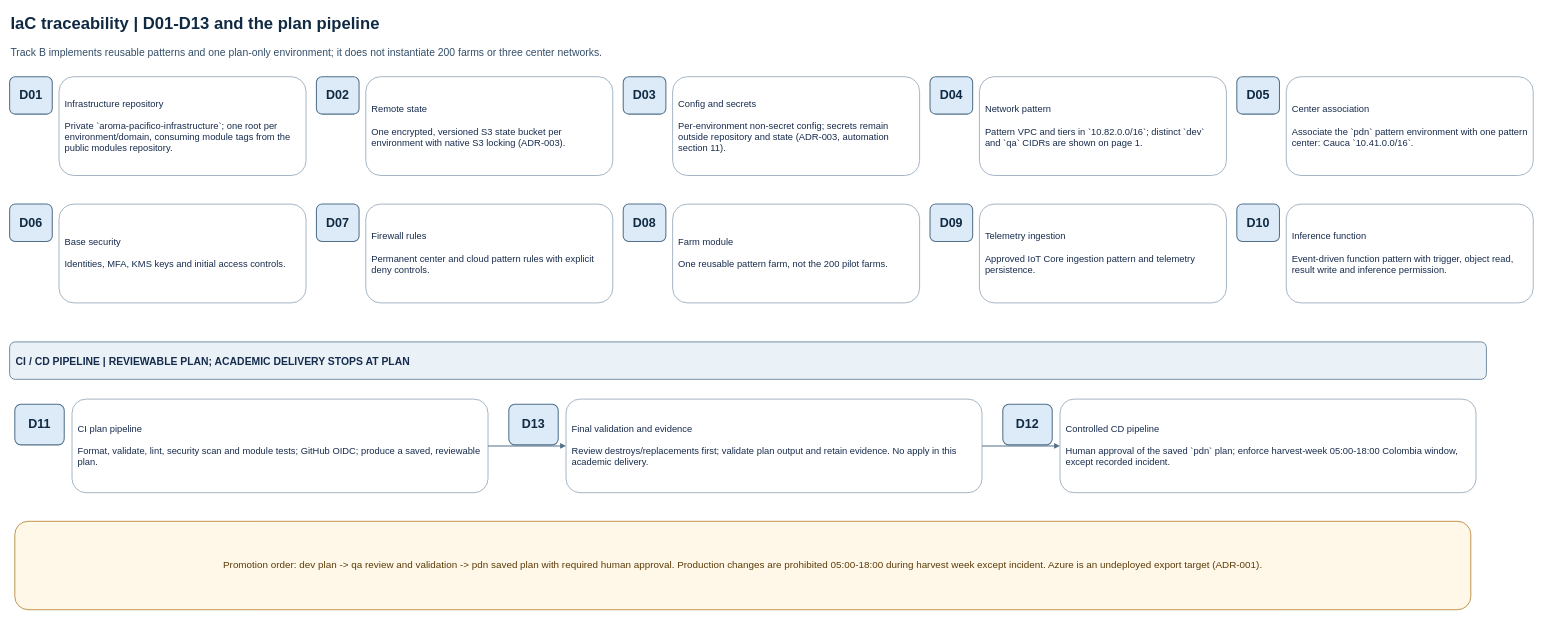
The draw.io diagram page "IaC traceability" (2 of 2) of complete/architecture.drawio in aroma-pacifico/aroma-pacifico-diagrams, before the edit. Source tidied: cells renumbered, new cells numbered last; positions are measured from the earlier drawing's top-left corner, leaving out a move shared by most shapes. Both pictures are drawn from the tidied source at 52%, with x=0, y=0 at pixel (9, 9).
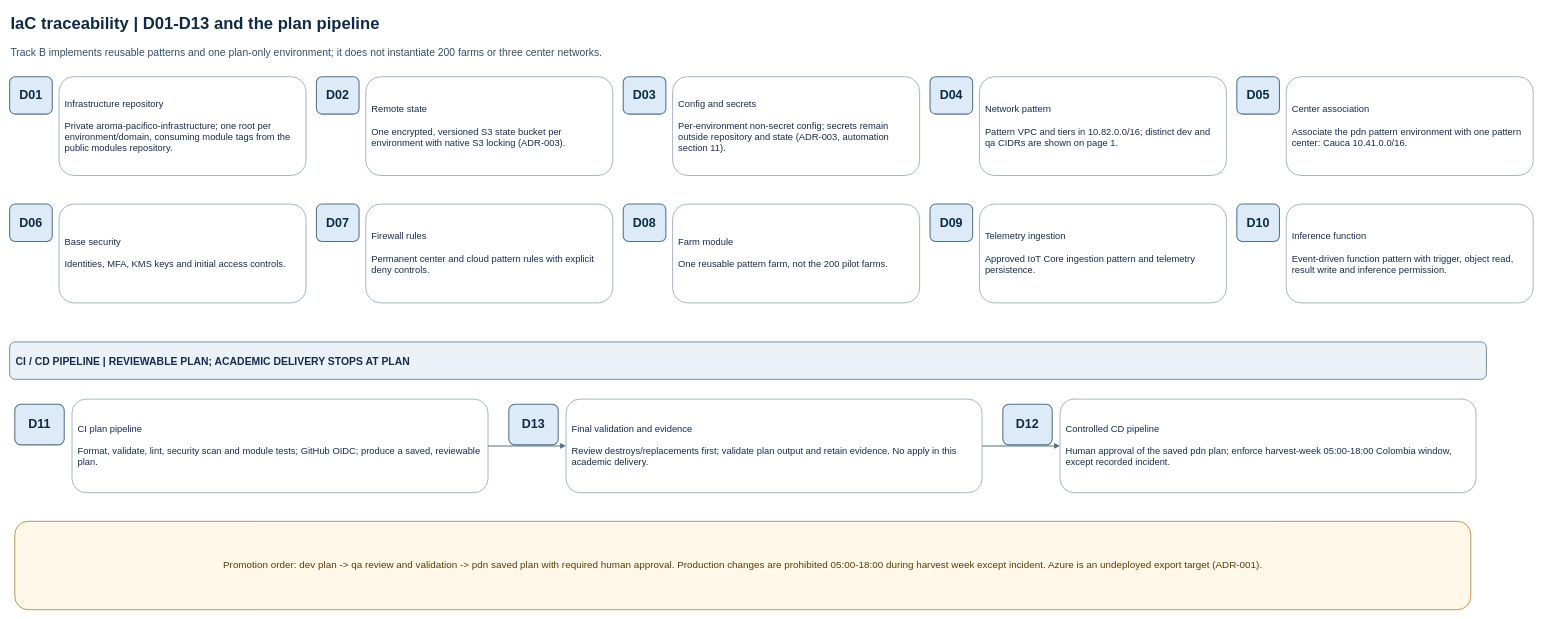
The same diagram, later.

The edit, as a diff of the source:
```diff
@@
-    <mxCell id="5" value="Infrastructure repository&#10;&#10;Private `aroma-pacifico-infrastructure`; one root per environment/domain, consuming module tags from the public modules repository." style="rounded=1;whiteSpace=wrap;html=1;fillColor=#ffffff;strokeColor=#8da2b5;strokeWidth=1.5;fontColor=#172b4d;fontSize=18;align=left;verticalAlign=middle;spacing=11;" parent="1" vertex="1">
+    <mxCell id="5" value="Infrastructure repository&#10;&#10;Private aroma-pacifico-infrastructure; one root per environment/domain, consuming module tags from the public modules repository." style="rounded=1;whiteSpace=wrap;html=1;fillColor=#ffffff;strokeColor=#8da2b5;strokeWidth=1.5;fontColor=#172b4d;fontSize=18;align=left;verticalAlign=middle;spacing=11;" parent="1" vertex="1">
       <mxGeometry x="95" y="130" width="475" height="190" as="geometry" />
     </mxCell>
@@
-    <mxCell id="11" value="Network pattern&#10;&#10;Pattern VPC and tiers in `10.82.0.0/16`; distinct `dev` and `qa` CIDRs are shown on page 1." style="rounded=1;whiteSpace=wrap;html=1;fillColor=#ffffff;strokeColor=#8da2b5;strokeWidth=1.5;fontColor=#172b4d;fontSize=18;align=left;verticalAlign=middle;spacing=11;" parent="1" vertex="1">
+    <mxCell id="11" value="Network pattern&#10;&#10;Pattern VPC and tiers in 10.82.0.0/16; distinct dev and qa CIDRs are shown on page 1." style="rounded=1;whiteSpace=wrap;html=1;fillColor=#ffffff;strokeColor=#8da2b5;strokeWidth=1.5;fontColor=#172b4d;fontSize=18;align=left;verticalAlign=middle;spacing=11;" parent="1" vertex="1">
       <mxGeometry x="1865" y="130" width="475" height="190" as="geometry" />
     </mxCell>
@@
-    <mxCell id="13" value="Center association&#10;&#10;Associate the `pdn` pattern environment with one pattern center: Cauca `10.41.0.0/16`." style="rounded=1;whiteSpace=wrap;html=1;fillColor=#ffffff;strokeColor=#8da2b5;strokeWidth=1.5;fontColor=#172b4d;fontSize=18;align=left;verticalAlign=middle;spacing=11;" parent="1" vertex="1">
+    <mxCell id="13" value="Center association&#10;&#10;Associate the pdn pattern environment with one pattern center: Cauca 10.41.0.0/16." style="rounded=1;whiteSpace=wrap;html=1;fillColor=#ffffff;strokeColor=#8da2b5;strokeWidth=1.5;fontColor=#172b4d;fontSize=18;align=left;verticalAlign=middle;spacing=11;" parent="1" vertex="1">
       <mxGeometry x="2455" y="130" width="475" height="190" as="geometry" />
     </mxCell>
@@
-    <mxCell id="32" value="Controlled CD pipeline&#10;&#10;Human approval of the saved `pdn` plan; enforce harvest-week 05:00-18:00 Colombia window, except recorded incident." style="rounded=1;whiteSpace=wrap;html=1;fillColor=#ffffff;strokeColor=#8da2b5;strokeWidth=1.5;fontColor=#172b4d;fontSize=18;align=left;verticalAlign=middle;spacing=11;" parent="1" vertex="1">
+    <mxCell id="32" value="Controlled CD pipeline&#10;&#10;Human approval of the saved pdn plan; enforce harvest-week 05:00-18:00 Colombia window, except recorded incident." style="rounded=1;whiteSpace=wrap;html=1;fillColor=#ffffff;strokeColor=#8da2b5;strokeWidth=1.5;fontColor=#172b4d;fontSize=18;align=left;verticalAlign=middle;spacing=11;" parent="1" vertex="1">
       <mxGeometry x="2020" y="750" width="800" height="180" as="geometry" />
     </mxCell>
```
